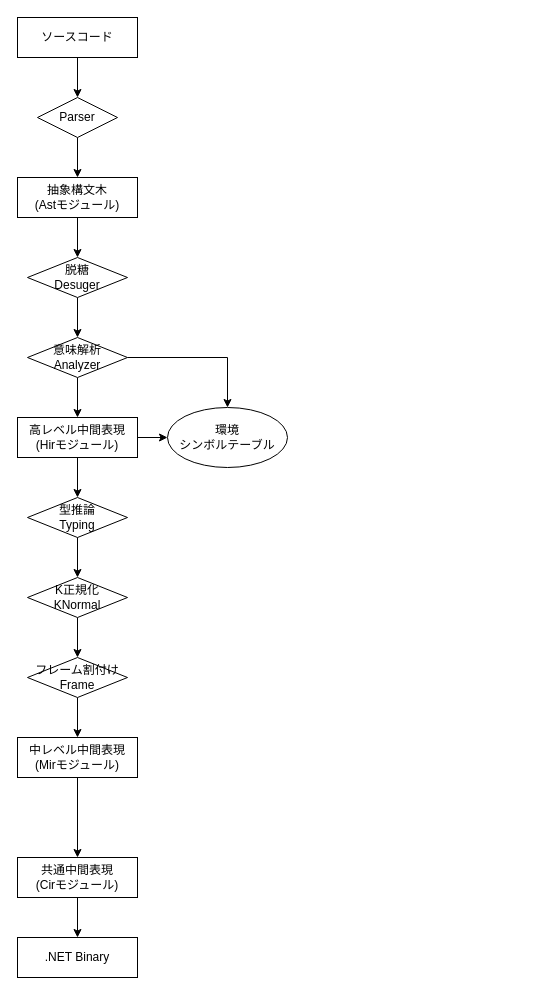
Above: draft/overview.drawio in nak5655/atla-lang (draw.io), before the change. Source tidied: cells renumbered, new cells numbered last; positions are measured from the earlier drawing's top-left corner, leaving out a move shared by most shapes. Both pictures are drawn from the tidied source at 100%, with x=0, y=0 at pixel (17, 17).
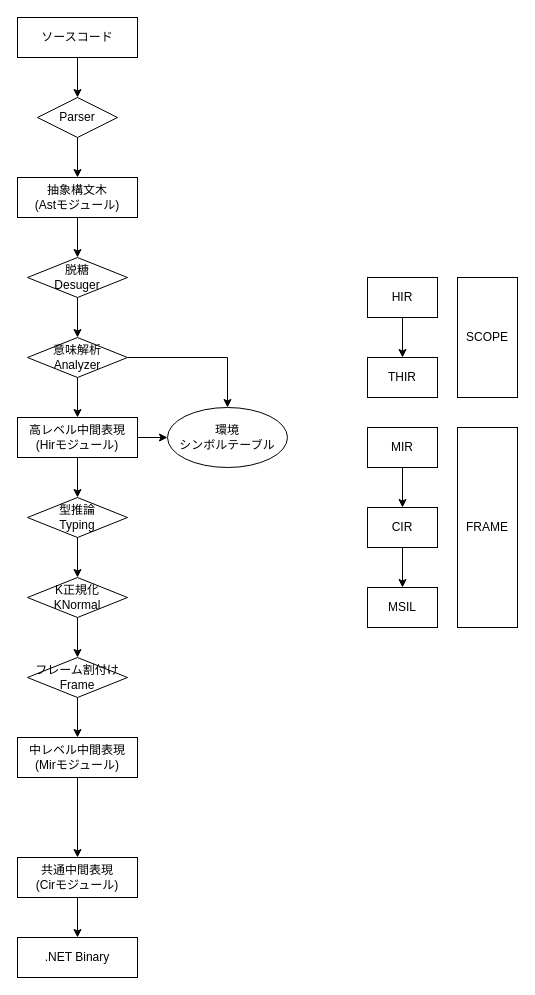
After the change.

Change to the diagram source:
```diff
@@
+    <mxCell id="28" style="edgeStyle=orthogonalEdgeStyle;rounded=0;jettySize=auto;html=1;" parent="1" edge="1" source="29" target="30">
+      <mxGeometry relative="1" as="geometry" />
+    </mxCell>
+    <mxCell id="29" value="HIR" style="rounded=0;whiteSpace=wrap;html=1;" parent="1" vertex="1">
+      <mxGeometry x="350" y="260" width="70" height="40" as="geometry" />
+    </mxCell>
+    <mxCell id="30" value="THIR" style="rounded=0;whiteSpace=wrap;html=1;" parent="1" vertex="1">
+      <mxGeometry x="350" y="340" width="70" height="40" as="geometry" />
+    </mxCell>
+    <mxCell id="31" value="SCOPE" style="rounded=0;whiteSpace=wrap;html=1;" parent="1" vertex="1">
+      <mxGeometry x="440" y="260" width="60" height="120" as="geometry" />
+    </mxCell>
+    <mxCell id="32" style="edgeStyle=orthogonalEdgeStyle;rounded=0;jettySize=auto;html=1;" parent="1" edge="1" source="33" target="36">
+      <mxGeometry relative="1" as="geometry" />
+    </mxCell>
+    <mxCell id="33" value="MIR" style="rounded=0;whiteSpace=wrap;html=1;" parent="1" vertex="1">
+      <mxGeometry x="350" y="410" width="70" height="40" as="geometry" />
+    </mxCell>
+    <mxCell id="34" value="FRAME" style="rounded=0;whiteSpace=wrap;html=1;" parent="1" vertex="1">
+      <mxGeometry x="440" y="410" width="60" height="200" as="geometry" />
+    </mxCell>
+    <mxCell id="35" style="edgeStyle=orthogonalEdgeStyle;rounded=0;jettySize=auto;html=1;" parent="1" edge="1" source="36" target="37">
+      <mxGeometry relative="1" as="geometry" />
+    </mxCell>
+    <mxCell id="36" value="CIR" style="rounded=0;whiteSpace=wrap;html=1;" parent="1" vertex="1">
+      <mxGeometry x="350" y="490" width="70" height="40" as="geometry" />
+    </mxCell>
+    <mxCell id="37" value="MSIL" style="rounded=0;whiteSpace=wrap;html=1;" parent="1" vertex="1">
+      <mxGeometry x="350" y="570" width="70" height="40" as="geometry" />
+    </mxCell>
```
